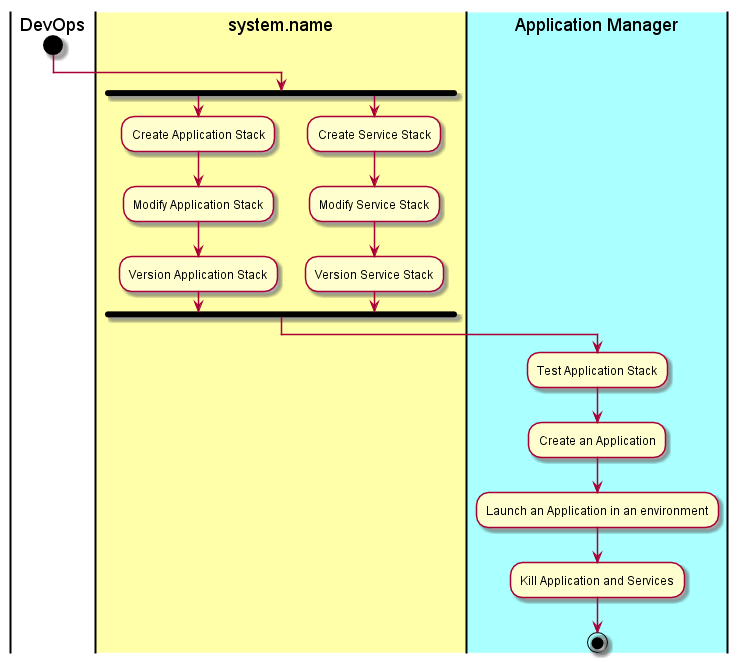
CAADE/CAADE keeps this PlantUML diagram as docs/Actors/DevOps/Workflow.png. Above is the earlier version.
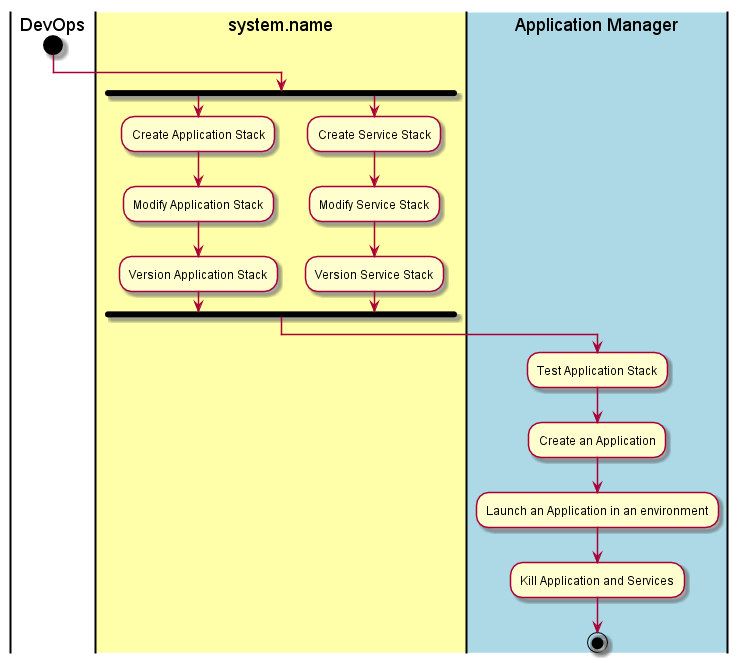
After the commit.

Change to the diagram source:
```diff
@@ -11,7 +11,7 @@
 :Modify Service Stack;
 :Version Service Stack;
 fork end
-|#aaffff|Application Manager|
+|#lightblue|Application Manager|
 :Test Application Stack;
 :Create an Application;
 :Launch an Application in an environment;
```
